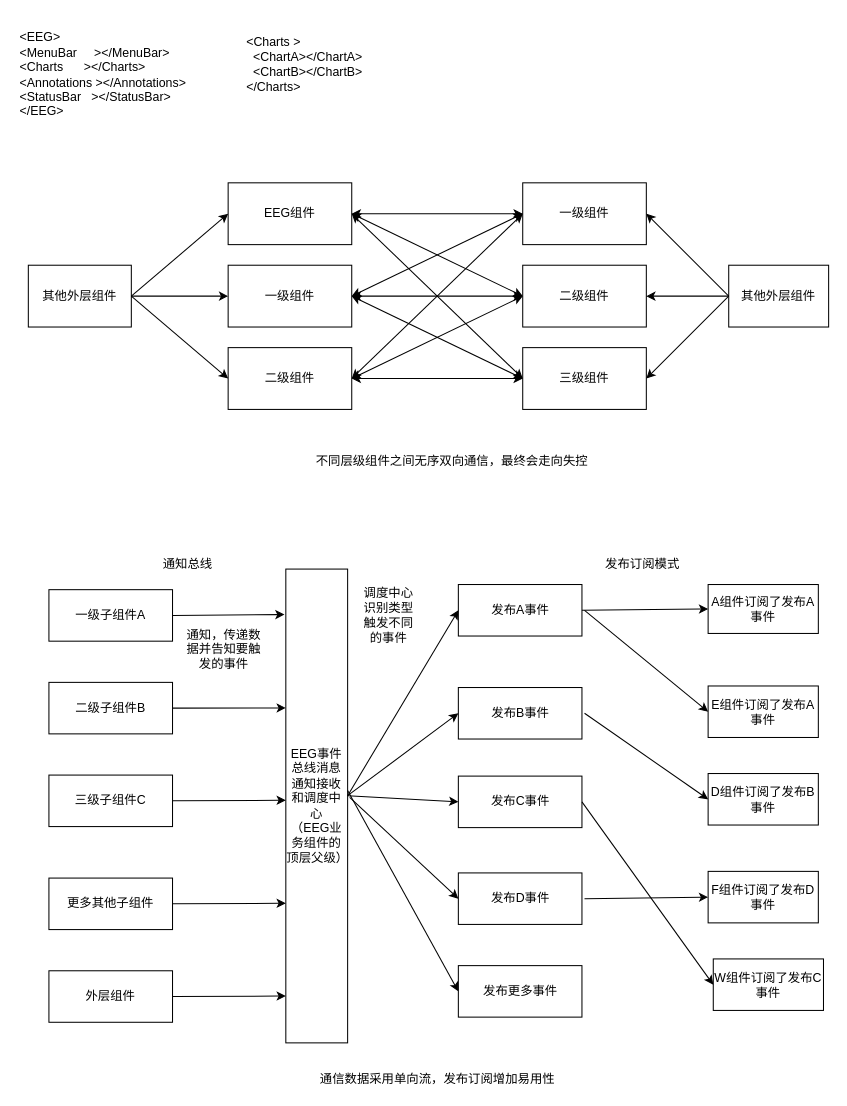
This is 标注组件结构图.drawio from chenweihan/UML, a draw.io file, before an edit. Source tidied: cells renumbered, new cells numbered last; positions are measured from the earlier drawing's top-left corner, leaving out a move shared by most shapes. Both pictures are drawn from the tidied source at 103%, with x=0, y=0 at pixel (18, 18).
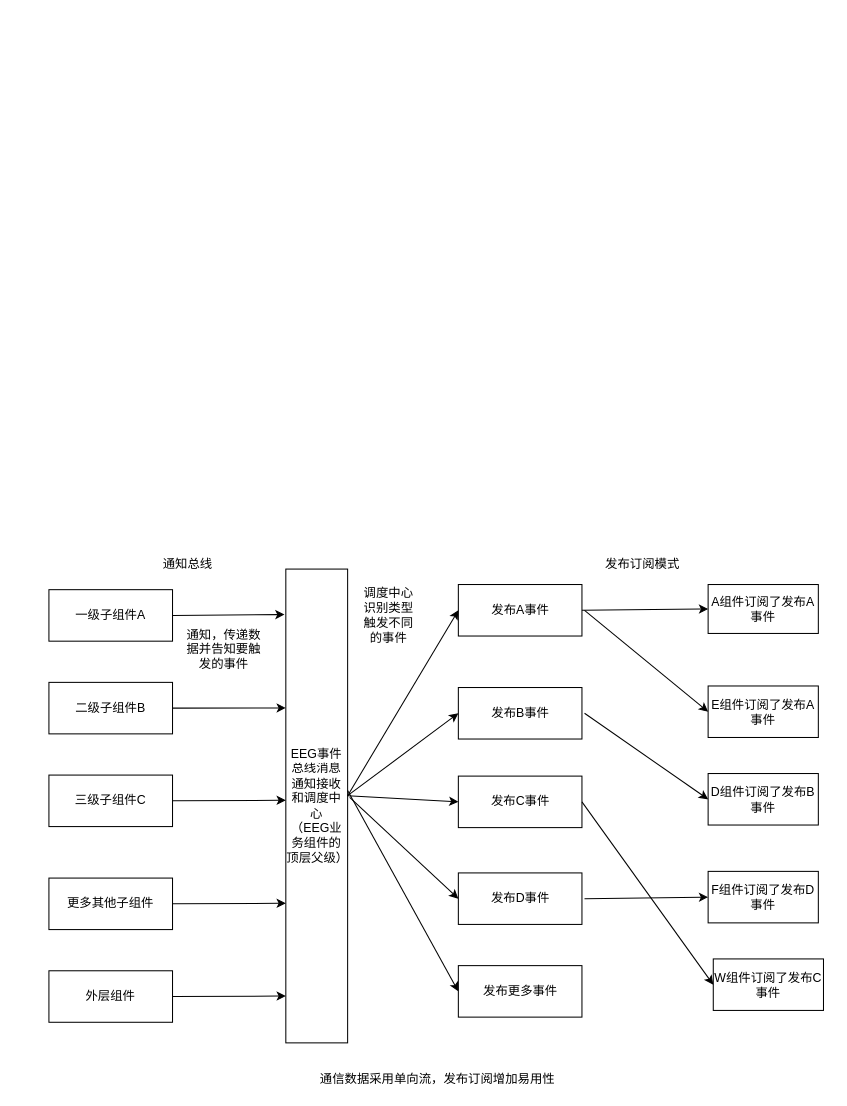
After the change.

Commit message:
更新标注组件结构图.drawio

Change to the diagram source:
```diff
@@
-    <mxCell id="7" value="EEG组件" style="rounded=0;whiteSpace=wrap;html=1;" parent="1" vertex="1">
-      <mxGeometry x="204" y="160" width="120" height="60" as="geometry" />
-    </mxCell>
-    <mxCell id="8" value="一级组件" style="rounded=0;whiteSpace=wrap;html=1;" parent="1" vertex="1">
-      <mxGeometry x="204" y="240" width="120" height="60" as="geometry" />
-    </mxCell>
-    <mxCell id="9" value="二级组件" style="rounded=0;whiteSpace=wrap;html=1;" parent="1" vertex="1">
-      <mxGeometry x="204" y="320" width="120" height="60" as="geometry" />
-    </mxCell>
-    <mxCell id="10" value="一级组件" style="rounded=0;whiteSpace=wrap;html=1;" parent="1" vertex="1">
-      <mxGeometry x="490" y="160" width="120" height="60" as="geometry" />
-    </mxCell>
-    <mxCell id="11" value="二级组件" style="rounded=0;whiteSpace=wrap;html=1;" parent="1" vertex="1">
-      <mxGeometry x="490" y="240" width="120" height="60" as="geometry" />
-    </mxCell>
-    <mxCell id="12" value="三级组件" style="rounded=0;whiteSpace=wrap;html=1;" parent="1" vertex="1">
-      <mxGeometry x="490" y="320" width="120" height="60" as="geometry" />
-    </mxCell>
-    <mxCell id="13" style="endArrow=classic;startArrow=classic;html=1;rounded=0;entryX=0;entryY=0.5;entryDx=0;entryDy=0;" parent="1" edge="1" target="12">
-      <mxGeometry relative="1" as="geometry">
-        <mxPoint x="324" y="350" as="sourcePoint" />
-      </mxGeometry>
-    </mxCell>
-    <mxCell id="14" style="endArrow=classic;startArrow=classic;html=1;rounded=0;exitX=1;exitY=0.5;exitDx=0;exitDy=0;entryX=0;entryY=0.5;entryDx=0;entryDy=0;" parent="1" edge="1" source="8" target="12">
-      <mxGeometry relative="1" as="geometry" />
-    </mxCell>
-    <mxCell id="15" style="endArrow=classic;startArrow=classic;html=1;rounded=0;exitX=1;exitY=0.5;exitDx=0;exitDy=0;" parent="1" edge="1" source="9">
-      <mxGeometry relative="1" as="geometry">
-        <mxPoint x="490" y="270" as="targetPoint" />
-      </mxGeometry>
-    </mxCell>
-    <mxCell id="16" style="endArrow=classic;startArrow=classic;html=1;rounded=0;exitX=1;exitY=0.5;exitDx=0;exitDy=0;entryX=0;entryY=0.5;entryDx=0;entryDy=0;" parent="1" edge="1" source="8" target="11">
-      <mxGeometry relative="1" as="geometry" />
-    </mxCell>
-    <mxCell id="17" style="endArrow=classic;startArrow=classic;html=1;rounded=0;exitX=1;exitY=0.5;exitDx=0;exitDy=0;entryX=0;entryY=0.5;entryDx=0;entryDy=0;" parent="1" edge="1" source="7" target="10">
-      <mxGeometry relative="1" as="geometry" />
-    </mxCell>
-    <mxCell id="18" style="endArrow=classic;startArrow=classic;html=1;rounded=0;exitX=1;exitY=0.5;exitDx=0;exitDy=0;entryX=0;entryY=0.5;entryDx=0;entryDy=0;" parent="1" edge="1" source="7" target="11">
-      <mxGeometry relative="1" as="geometry" />
-    </mxCell>
-    <mxCell id="19" style="endArrow=classic;startArrow=classic;html=1;rounded=0;exitX=1;exitY=0.5;exitDx=0;exitDy=0;entryX=0;entryY=0.5;entryDx=0;entryDy=0;" parent="1" edge="1" source="8" target="10">
-      <mxGeometry relative="1" as="geometry" />
-    </mxCell>
-    <mxCell id="20" style="endArrow=classic;startArrow=classic;html=1;rounded=0;exitX=1;exitY=0.5;exitDx=0;exitDy=0;entryX=0;entryY=0.5;entryDx=0;entryDy=0;" parent="1" edge="1" source="7" target="12">
-      <mxGeometry relative="1" as="geometry" />
-    </mxCell>
-    <mxCell id="21" style="endArrow=classic;startArrow=classic;html=1;rounded=0;entryX=0;entryY=0.5;entryDx=0;entryDy=0;" parent="1" edge="1" target="10">
-      <mxGeometry relative="1" as="geometry">
-        <mxPoint x="324" y="350" as="sourcePoint" />
-      </mxGeometry>
-    </mxCell>
-    <mxCell id="22" value="不同层级组件之间无序双向通信，最终会走向失控" style="text;html=1;strokeColor=none;fillColor=none;align=center;verticalAlign=middle;whiteSpace=wrap;rounded=0;" parent="1" vertex="1">
-      <mxGeometry x="274" y="420" width="295" height="20" as="geometry" />
-    </mxCell>
-    <mxCell id="23" value="其他外层组件" style="rounded=0;whiteSpace=wrap;html=1;" parent="1" vertex="1">
-      <mxGeometry x="10" y="240" width="100" height="60" as="geometry" />
-    </mxCell>
-    <mxCell id="24" style="endArrow=classic;html=1;rounded=0;exitX=1;exitY=0.5;exitDx=0;exitDy=0;entryX=0;entryY=0.5;entryDx=0;entryDy=0;" parent="1" edge="1" source="23" target="7">
-      <mxGeometry relative="1" as="geometry" />
-    </mxCell>
-    <mxCell id="25" style="endArrow=classic;html=1;rounded=0;entryX=0;entryY=0.5;entryDx=0;entryDy=0;exitX=1;exitY=0.5;exitDx=0;exitDy=0;" parent="1" edge="1" source="23" target="8">
-      <mxGeometry relative="1" as="geometry" />
-    </mxCell>
-    <mxCell id="26" style="endArrow=classic;html=1;rounded=0;exitX=1;exitY=0.5;exitDx=0;exitDy=0;entryX=0;entryY=0.5;entryDx=0;entryDy=0;" parent="1" edge="1" source="23" target="9">
-      <mxGeometry relative="1" as="geometry" />
-    </mxCell>
-    <mxCell id="27" value="其他外层组件" style="rounded=0;whiteSpace=wrap;html=1;" parent="1" vertex="1">
-      <mxGeometry x="690" y="240" width="97" height="60" as="geometry" />
-    </mxCell>
-    <mxCell id="28" style="endArrow=classic;html=1;rounded=0;entryX=1;entryY=0.5;entryDx=0;entryDy=0;exitX=0;exitY=0.5;exitDx=0;exitDy=0;" parent="1" edge="1" target="10">
-      <mxGeometry relative="1" as="geometry">
-        <mxPoint x="690" y="270" as="sourcePoint" />
-      </mxGeometry>
-    </mxCell>
-    <mxCell id="29" style="endArrow=classic;html=1;rounded=0;entryX=1;entryY=0.5;entryDx=0;entryDy=0;exitX=0;exitY=0.5;exitDx=0;exitDy=0;" parent="1" edge="1" target="11">
-      <mxGeometry relative="1" as="geometry">
-        <mxPoint x="690" y="270" as="sourcePoint" />
-      </mxGeometry>
-    </mxCell>
-    <mxCell id="30" style="endArrow=classic;html=1;rounded=0;entryX=1;entryY=0.5;entryDx=0;entryDy=0;exitX=0;exitY=0.5;exitDx=0;exitDy=0;" parent="1" edge="1" target="12">
-      <mxGeometry relative="1" as="geometry">
-        <mxPoint x="690" y="270" as="sourcePoint" />
-      </mxGeometry>
-    </mxCell>
@@
-    <mxCell id="62" value="&lt;div&gt;&amp;lt;EEG&amp;gt;&amp;nbsp;&lt;/div&gt;&lt;div&gt;&lt;span&gt; &lt;/span&gt;&amp;lt;MenuBar&amp;nbsp; &amp;nbsp; &amp;nbsp;&amp;gt;&amp;lt;/MenuBar&amp;gt;&lt;/div&gt;&lt;div&gt;&lt;span&gt; &lt;/span&gt;&amp;lt;Charts&amp;nbsp; &amp;nbsp; &amp;nbsp; &amp;gt;&amp;lt;/Charts&amp;gt;&lt;/div&gt;&lt;div&gt;&lt;span&gt; &lt;/span&gt;&amp;lt;Annotations &amp;gt;&amp;lt;/Annotations&amp;gt;&lt;/div&gt;&lt;div&gt;&lt;span&gt; &lt;/span&gt;&amp;lt;StatusBar&amp;nbsp; &amp;nbsp;&amp;gt;&amp;lt;/StatusBar&amp;gt;&lt;/div&gt;&lt;div&gt;&amp;lt;/EEG&amp;gt;&lt;/div&gt;" style="text;html=1;strokeColor=none;fillColor=none;align=left;verticalAlign=middle;whiteSpace=wrap;rounded=0;" parent="1" vertex="1">
-      <mxGeometry y="10" width="180" height="90" as="geometry" />
-    </mxCell>
-    <mxCell id="63" value="&lt;span&gt;&amp;lt;Charts &amp;gt;&lt;br&gt;&amp;nbsp; &amp;lt;ChartA&amp;gt;&amp;lt;/ChartA&amp;gt;&lt;br&gt;&lt;/span&gt;&amp;nbsp; &amp;lt;ChartB&amp;gt;&amp;lt;/ChartB&amp;gt;&lt;span&gt;&lt;br&gt;&amp;lt;/Charts&amp;gt;&lt;/span&gt;" style="text;html=1;strokeColor=none;fillColor=none;align=left;verticalAlign=middle;whiteSpace=wrap;rounded=0;" parent="1" vertex="1">
-      <mxGeometry x="220" width="140" height="90" as="geometry" />
-    </mxCell>
```
